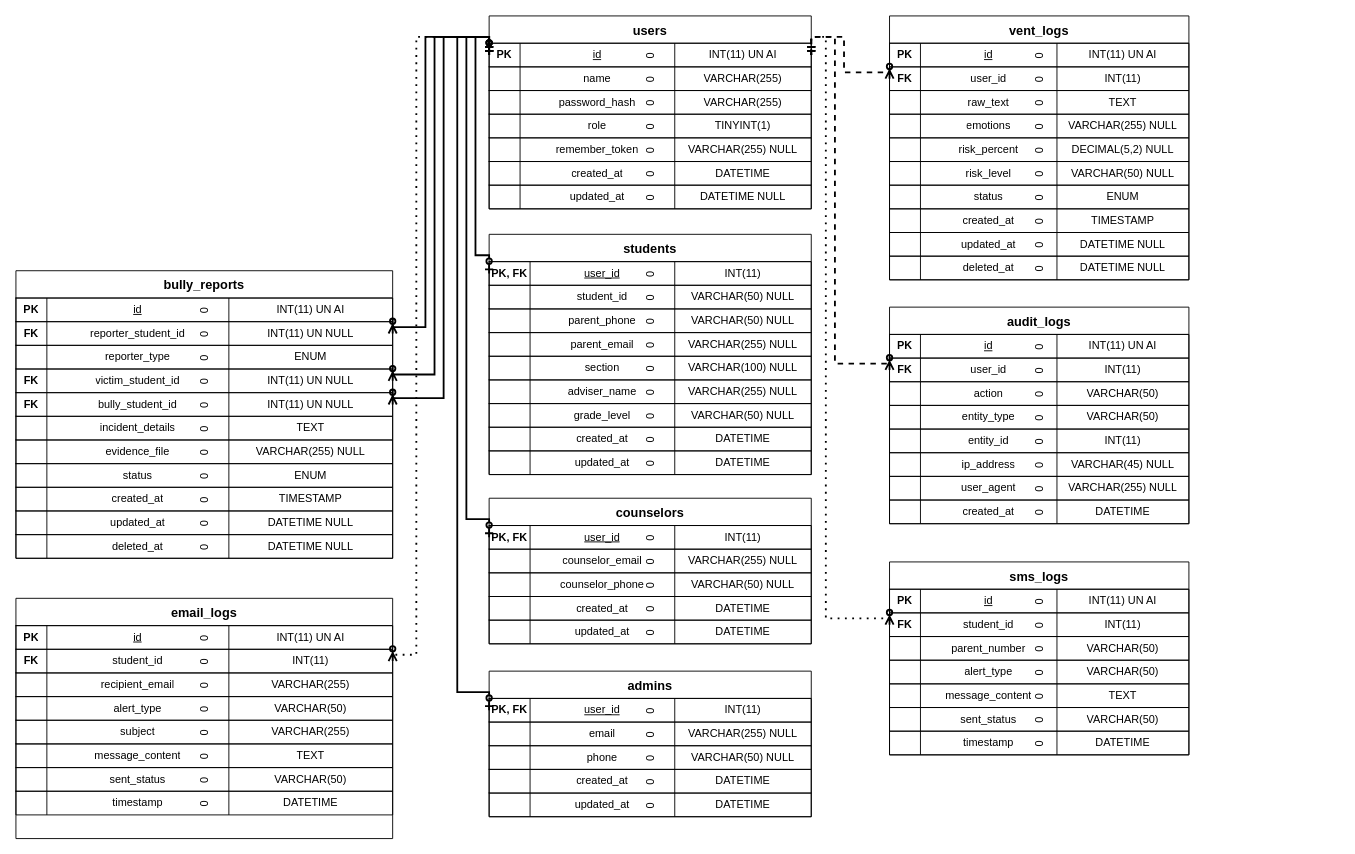
Before: docs/erd_diagram.drawio in CrayCray3000/StudentShield-SoftwareEngineering, a draw.io diagram. Source tidied: cells renumbered, new cells numbered last; positions are measured from the earlier drawing's top-left corner, leaving out a move shared by most shapes. Both pictures are drawn from the tidied source at 91%, with x=0, y=0 at pixel (15, 15).
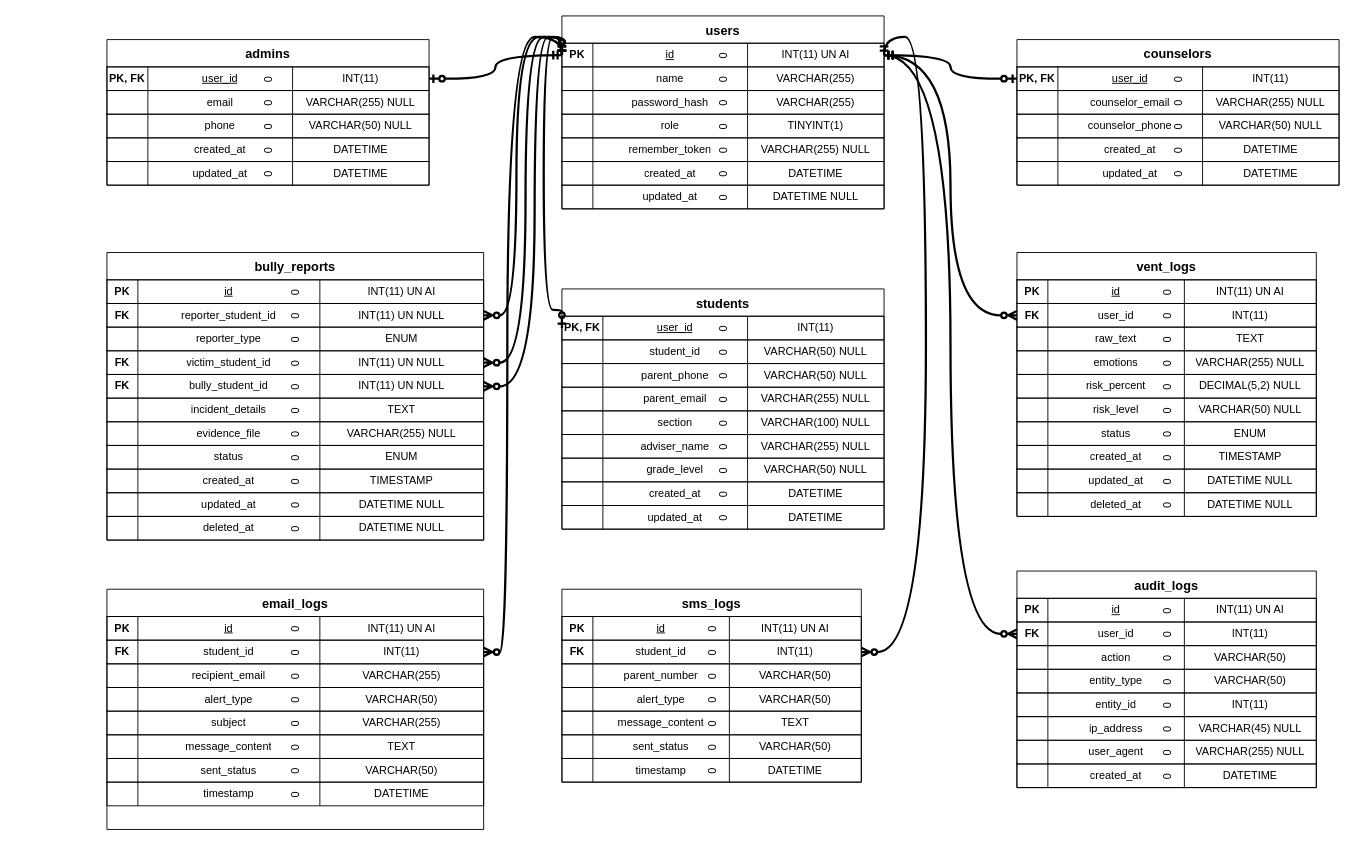
Above is the later version.

Commit message (it also covers changes not shown here):
Doc: update ERD layout with centered users/students, grid alignment, solid lines, and curved Bezier paths with markers

Unchanged cells that the change refers to:
```xml
<mxCell id="3" value="0" style="shape=tableRow;horizontal=0;startSize=0;swimlaneHead=0;swimlaneBody=0;fillColor=none;points=[[0,0.5],[1,0.5]];portConstraint=eastwest;fontSize=12;strokeColor=inherit;" parent="2" vertex="1">
  <mxGeometry y="30" width="354" height="26" as="geometry" />
</mxCell>
<mxCell id="32" value="0" style="shape=tableRow;horizontal=0;startSize=0;swimlaneHead=0;swimlaneBody=0;fillColor=none;points=[[0,0.5],[1,0.5]];portConstraint=eastwest;fontSize=12;strokeColor=inherit;" parent="31" vertex="1">
  <mxGeometry y="30" width="354" height="26" as="geometry" />
</mxCell>
<mxCell id="69" value="0" style="shape=tableRow;horizontal=0;startSize=0;swimlaneHead=0;swimlaneBody=0;fillColor=none;points=[[0,0.5],[1,0.5]];portConstraint=eastwest;fontSize=12;strokeColor=inherit;" parent="68" vertex="1">
  <mxGeometry y="30" width="354" height="26" as="geometry" />
</mxCell>
<mxCell id="90" value="0" style="shape=tableRow;horizontal=0;startSize=0;swimlaneHead=0;swimlaneBody=0;fillColor=none;points=[[0,0.5],[1,0.5]];portConstraint=eastwest;fontSize=12;strokeColor=inherit;" parent="89" vertex="1">
  <mxGeometry y="30" width="354" height="26" as="geometry" />
</mxCell>
<mxCell id="115" value="0" style="shape=tableRow;horizontal=0;startSize=0;swimlaneHead=0;swimlaneBody=0;fillColor=none;points=[[0,0.5],[1,0.5]];portConstraint=eastwest;fontSize=12;strokeColor=inherit;" parent="110" vertex="1">
  <mxGeometry y="56" width="329" height="26" as="geometry" />
</mxCell>
<mxCell id="156" value="0" style="shape=tableRow;horizontal=0;startSize=0;swimlaneHead=0;swimlaneBody=0;fillColor=none;points=[[0,0.5],[1,0.5]];portConstraint=eastwest;fontSize=12;strokeColor=inherit;" parent="151" vertex="1">
  <mxGeometry y="56" width="329" height="26" as="geometry" />
</mxCell>
<mxCell id="189" value="0" style="shape=tableRow;horizontal=0;startSize=0;swimlaneHead=0;swimlaneBody=0;fillColor=none;points=[[0,0.5],[1,0.5]];portConstraint=eastwest;fontSize=12;strokeColor=inherit;" parent="184" vertex="1">
  <mxGeometry y="56" width="329" height="26" as="geometry" />
</mxCell>
<mxCell id="218" value="0" style="shape=tableRow;horizontal=0;startSize=0;swimlaneHead=0;swimlaneBody=0;fillColor=none;points=[[0,0.5],[1,0.5]];portConstraint=eastwest;fontSize=12;strokeColor=inherit;" parent="213" vertex="1">
  <mxGeometry y="56" width="414" height="26" as="geometry" />
</mxCell>
<mxCell id="226" value="0" style="shape=tableRow;horizontal=0;startSize=0;swimlaneHead=0;swimlaneBody=0;fillColor=none;points=[[0,0.5],[1,0.5]];portConstraint=eastwest;fontSize=12;strokeColor=inherit;" parent="213" vertex="1">
  <mxGeometry y="108" width="414" height="26" as="geometry" />
</mxCell>
<mxCell id="230" value="0" style="shape=tableRow;horizontal=0;startSize=0;swimlaneHead=0;swimlaneBody=0;fillColor=none;points=[[0,0.5],[1,0.5]];portConstraint=eastwest;fontSize=12;strokeColor=inherit;" parent="213" vertex="1">
  <mxGeometry y="134" width="414" height="26" as="geometry" />
</mxCell>
<mxCell id="263" value="0" style="shape=tableRow;horizontal=0;startSize=0;swimlaneHead=0;swimlaneBody=0;fillColor=none;points=[[0,0.5],[1,0.5]];portConstraint=eastwest;fontSize=12;strokeColor=inherit;" parent="258" vertex="1">
  <mxGeometry y="56" width="414" height="26" as="geometry" />
</mxCell>
```

What changed in the source:
```diff
@@
     <mxCell id="2" value="users" style="shape=table;startSize=30;childLayout=tableLayout;rowLines=0;fontStyle=1;align=center;fontSize=14;" parent="1" vertex="1">
-      <mxGeometry x="520" width="354" height="212" as="geometry" />
+      <mxGeometry x="600" width="354" height="212" as="geometry" />
     </mxCell>
@@
     <mxCell id="31" value="students" style="shape=table;startSize=30;childLayout=tableLayout;rowLines=0;fontStyle=1;align=center;fontSize=14;" parent="1" vertex="1">
-      <mxGeometry x="520" y="240" width="354" height="264" as="geometry" />
+      <mxGeometry x="600" y="300" width="354" height="264" as="geometry" />
     </mxCell>
@@
     <mxCell id="68" value="counselors" style="shape=table;startSize=30;childLayout=tableLayout;rowLines=0;fontStyle=1;align=center;fontSize=14;" parent="1" vertex="1">
-      <mxGeometry x="520" y="530" width="354" height="160" as="geometry" />
+      <mxGeometry x="1100" y="26" width="354" height="160" as="geometry" />
     </mxCell>
@@
     <mxCell id="89" value="admins" style="shape=table;startSize=30;childLayout=tableLayout;rowLines=0;fontStyle=1;align=center;fontSize=14;" parent="1" vertex="1">
-      <mxGeometry x="520" y="720" width="354" height="160" as="geometry" />
+      <mxGeometry x="100" y="26" width="354" height="160" as="geometry" />
     </mxCell>
@@
     <mxCell id="110" value="vent_logs" style="shape=table;startSize=30;childLayout=tableLayout;rowLines=0;fontStyle=1;align=center;fontSize=14;" parent="1" vertex="1">
-      <mxGeometry x="960" width="329" height="290" as="geometry" />
+      <mxGeometry x="1100" y="260" width="329" height="290" as="geometry" />
     </mxCell>
@@
     <mxCell id="151" value="audit_logs" style="shape=table;startSize=30;childLayout=tableLayout;rowLines=0;fontStyle=1;align=center;fontSize=14;" parent="1" vertex="1">
-      <mxGeometry x="960" y="320" width="329" height="238" as="geometry" />
+      <mxGeometry x="1100" y="610" width="329" height="238" as="geometry" />
     </mxCell>
@@
     <mxCell id="184" value="sms_logs" style="shape=table;startSize=30;childLayout=tableLayout;rowLines=0;fontStyle=1;align=center;fontSize=14;" parent="1" vertex="1">
-      <mxGeometry x="960" y="600" width="329" height="212" as="geometry" />
+      <mxGeometry x="600" y="630" width="329" height="212" as="geometry" />
     </mxCell>
@@
     <mxCell id="213" value="bully_reports" style="shape=table;startSize=30;childLayout=tableLayout;rowLines=0;fontStyle=1;align=center;fontSize=14;" parent="1" vertex="1">
-      <mxGeometry y="280" width="414" height="316" as="geometry" />
+      <mxGeometry x="100" y="260" width="414" height="316" as="geometry" />
     </mxCell>
@@
     <mxCell id="258" value="email_logs" style="shape=table;startSize=30;childLayout=tableLayout;rowLines=0;fontStyle=1;align=center;fontSize=14;" parent="1" vertex="1">
-      <mxGeometry y="640" width="414" height="264" as="geometry" />
+      <mxGeometry x="100" y="630" width="414" height="264" as="geometry" />
     </mxCell>
@@
-    <mxCell id="291" style="edgeStyle=orthogonalEdgeStyle;rounded=0;jettySize=auto;html=1;endArrow=ERzeroToOne;endFill=0;startArrow=ERmandOne;startFill=0;strokeColor=#000000;strokeWidth=2;exitX=0;exitY=0.5;exitDx=0;exitDy=0;exitPerimeter=0;entryX=0;entryY=0.5;entryDx=0;entryDy=0;entryPerimeter=0;" parent="1" edge="1" source="3" target="32">
+    <mxCell id="291" style="edgeStyle=orthogonalEdgeStyle;rounded=1;curved=1;jettySize=auto;html=1;endArrow=ERzeroToOne;endFill=0;startArrow=ERmandOne;startFill=0;strokeColor=#000000;strokeWidth=2.5;exitX=0;exitY=0.5;exitDx=0;exitDy=0;exitPerimeter=0;entryX=0;entryY=0.5;entryDx=0;entryDy=0;entryPerimeter=0;" parent="1" edge="1" source="3" target="32">
       <mxGeometry relative="1" as="geometry">
         <Array as="points">
-          <mxPoint x="505" y="23" />
-          <mxPoint x="505" y="263" />
+          <mxPoint x="580" y="23" />
+          <mxPoint x="580" y="323" />
         </Array>
       </mxGeometry>
     </mxCell>
-    <mxCell id="292" style="edgeStyle=orthogonalEdgeStyle;rounded=0;jettySize=auto;html=1;endArrow=ERzeroToOne;endFill=0;startArrow=ERmandOne;startFill=0;strokeColor=#000000;strokeWidth=2;exitX=0;exitY=0.5;exitDx=0;exitDy=0;exitPerimeter=0;entryX=0;entryY=0.5;entryDx=0;entryDy=0;entryPerimeter=0;" parent="1" edge="1" source="3" target="69">
-      <mxGeometry relative="1" as="geometry">
-        <Array as="points">
-          <mxPoint x="495" y="23" />
-          <mxPoint x="495" y="553" />
-        </Array>
-      </mxGeometry>
+    <mxCell id="292" style="edgeStyle=orthogonalEdgeStyle;rounded=1;curved=1;jettySize=auto;html=1;endArrow=ERzeroToOne;endFill=0;startArrow=ERmandOne;startFill=0;strokeColor=#000000;strokeWidth=2.5;exitX=1;exitY=0.5;exitDx=0;exitDy=0;exitPerimeter=0;entryX=0;entryY=0.5;entryDx=0;entryDy=0;entryPerimeter=0;" parent="1" edge="1" source="3" target="69">
+      <mxGeometry relative="1" as="geometry" />
     </mxCell>
-    <mxCell id="293" style="edgeStyle=orthogonalEdgeStyle;rounded=0;jettySize=auto;html=1;endArrow=ERzeroToOne;endFill=0;startArrow=ERmandOne;startFill=0;strokeColor=#000000;strokeWidth=2;exitX=0;exitY=0.5;exitDx=0;exitDy=0;exitPerimeter=0;entryX=0;entryY=0.5;entryDx=0;entryDy=0;entryPerimeter=0;" parent="1" edge="1" source="3" target="90">
-      <mxGeometry relative="1" as="geometry">
-        <Array as="points">
-          <mxPoint x="485" y="23" />
-          <mxPoint x="485" y="743" />
-        </Array>
-      </mxGeometry>
+    <mxCell id="293" style="edgeStyle=orthogonalEdgeStyle;rounded=1;curved=1;jettySize=auto;html=1;endArrow=ERzeroToOne;endFill=0;startArrow=ERmandOne;startFill=0;strokeColor=#000000;strokeWidth=2.5;exitX=0;exitY=0.5;exitDx=0;exitDy=0;exitPerimeter=0;entryX=1;entryY=0.5;entryDx=0;entryDy=0;entryPerimeter=0;" parent="1" edge="1" source="3" target="90">
+      <mxGeometry relative="1" as="geometry" />
     </mxCell>
-    <mxCell id="294" style="edgeStyle=orthogonalEdgeStyle;rounded=0;jettySize=auto;html=1;endArrow=ERzeroToMany;endFill=0;startArrow=ERmandOne;startFill=0;strokeColor=#000000;strokeWidth=2;dashed=1;exitX=1;exitY=0.5;exitDx=0;exitDy=0;exitPerimeter=0;entryX=0;entryY=0.5;entryDx=0;entryDy=0;entryPerimeter=0;" parent="1" edge="1" source="3" target="115">
-      <mxGeometry relative="1" as="geometry">
-        <Array as="points">
-          <mxPoint x="910" y="23" />
-          <mxPoint x="910" y="62" />
-        </Array>
-      </mxGeometry>
+    <mxCell id="294" style="edgeStyle=orthogonalEdgeStyle;rounded=1;curved=1;jettySize=auto;html=1;endArrow=ERzeroToMany;endFill=0;startArrow=ERmandOne;startFill=0;strokeColor=#000000;strokeWidth=2.5;exitX=1;exitY=0.5;exitDx=0;exitDy=0;exitPerimeter=0;entryX=0;entryY=0.5;entryDx=0;entryDy=0;entryPerimeter=0;" parent="1" edge="1" source="3" target="115">
+      <mxGeometry relative="1" as="geometry" />
     </mxCell>
-    <mxCell id="295" style="edgeStyle=orthogonalEdgeStyle;rounded=0;jettySize=auto;html=1;endArrow=ERzeroToMany;endFill=0;startArrow=ERmandOne;startFill=0;strokeColor=#000000;strokeWidth=2;dashed=1;exitX=1;exitY=0.5;exitDx=0;exitDy=0;exitPerimeter=0;entryX=0;entryY=0.5;entryDx=0;entryDy=0;entryPerimeter=0;" parent="1" edge="1" source="3" target="156">
-      <mxGeometry relative="1" as="geometry">
-        <Array as="points">
-          <mxPoint x="900" y="23" />
-          <mxPoint x="900" y="382" />
-        </Array>
-      </mxGeometry>
+    <mxCell id="295" style="edgeStyle=orthogonalEdgeStyle;rounded=1;curved=1;jettySize=auto;html=1;endArrow=ERzeroToMany;endFill=0;startArrow=ERmandOne;startFill=0;strokeColor=#000000;strokeWidth=2.5;exitX=1;exitY=0.5;exitDx=0;exitDy=0;exitPerimeter=0;entryX=0;entryY=0.5;entryDx=0;entryDy=0;entryPerimeter=0;" parent="1" edge="1" source="3" target="156">
+      <mxGeometry relative="1" as="geometry" />
     </mxCell>
-    <mxCell id="296" style="edgeStyle=orthogonalEdgeStyle;rounded=0;jettySize=auto;html=1;endArrow=ERzeroToMany;endFill=0;startArrow=ERmandOne;startFill=0;strokeColor=#000000;strokeWidth=2;dashed=1;dashPattern=1 3;exitX=1;exitY=0.5;exitDx=0;exitDy=0;exitPerimeter=0;entryX=0;entryY=0.5;entryDx=0;entryDy=0;entryPerimeter=0;" parent="1" edge="1" source="3" target="189">
+    <mxCell id="296" style="edgeStyle=orthogonalEdgeStyle;rounded=1;curved=1;jettySize=auto;html=1;endArrow=ERzeroToMany;endFill=0;startArrow=ERmandOne;startFill=0;strokeColor=#000000;strokeWidth=2.5;exitX=1;exitY=0.5;exitDx=0;exitDy=0;exitPerimeter=0;entryX=1;entryY=0.5;entryDx=0;entryDy=0;entryPerimeter=0;" parent="1" edge="1" source="3" target="189">
       <mxGeometry relative="1" as="geometry">
         <Array as="points">
-          <mxPoint x="890" y="23" />
-          <mxPoint x="890" y="662" />
+          <mxPoint x="1000" y="23" />
+          <mxPoint x="1000" y="699" />
         </Array>
       </mxGeometry>
     </mxCell>
-    <mxCell id="297" style="edgeStyle=orthogonalEdgeStyle;rounded=0;jettySize=auto;html=1;endArrow=ERzeroToMany;endFill=0;startArrow=ERzeroToOne;startFill=0;strokeColor=#000000;strokeWidth=2;exitX=0;exitY=0.5;exitDx=0;exitDy=0;exitPerimeter=0;entryX=1;entryY=0.5;entryDx=0;entryDy=0;entryPerimeter=0;" parent="1" edge="1" source="3" target="218">
+    <mxCell id="297" style="edgeStyle=orthogonalEdgeStyle;rounded=1;curved=1;jettySize=auto;html=1;endArrow=ERzeroToMany;endFill=0;startArrow=ERzeroToOne;startFill=0;strokeColor=#000000;strokeWidth=2.5;exitX=0;exitY=0.5;exitDx=0;exitDy=0;exitPerimeter=0;entryX=1;entryY=0.5;entryDx=0;entryDy=0;entryPerimeter=0;" parent="1" edge="1" source="3" target="218">
       <mxGeometry relative="1" as="geometry">
         <Array as="points">
-          <mxPoint x="450" y="23" />
-          <mxPoint x="450" y="342" />
+          <mxPoint x="550" y="23" />
+          <mxPoint x="550" y="329" />
         </Array>
       </mxGeometry>
     </mxCell>
-    <mxCell id="298" style="edgeStyle=orthogonalEdgeStyle;rounded=0;jettySize=auto;html=1;endArrow=ERzeroToMany;endFill=0;startArrow=ERzeroToOne;startFill=0;strokeColor=#000000;strokeWidth=2;exitX=0;exitY=0.5;exitDx=0;exitDy=0;exitPerimeter=0;entryX=1;entryY=0.5;entryDx=0;entryDy=0;entryPerimeter=0;" parent="1" edge="1" source="3" target="226">
+    <mxCell id="298" style="edgeStyle=orthogonalEdgeStyle;rounded=1;curved=1;jettySize=auto;html=1;endArrow=ERzeroToMany;endFill=0;startArrow=ERzeroToOne;startFill=0;strokeColor=#000000;strokeWidth=2.5;exitX=0;exitY=0.5;exitDx=0;exitDy=0;exitPerimeter=0;entryX=1;entryY=0.5;entryDx=0;entryDy=0;entryPerimeter=0;" parent="1" edge="1" source="3" target="226">
       <mxGeometry relative="1" as="geometry">
         <Array as="points">
-          <mxPoint x="460" y="23" />
-          <mxPoint x="460" y="394" />
+          <mxPoint x="560" y="23" />
+          <mxPoint x="560" y="381" />
         </Array>
       </mxGeometry>
     </mxCell>
-    <mxCell id="299" style="edgeStyle=orthogonalEdgeStyle;rounded=0;jettySize=auto;html=1;endArrow=ERzeroToMany;endFill=0;startArrow=ERzeroToOne;startFill=0;strokeColor=#000000;strokeWidth=2;exitX=0;exitY=0.5;exitDx=0;exitDy=0;exitPerimeter=0;entryX=1;entryY=0.5;entryDx=0;entryDy=0;entryPerimeter=0;" parent="1" edge="1" source="3" target="230">
+    <mxCell id="299" style="edgeStyle=orthogonalEdgeStyle;rounded=1;curved=1;jettySize=auto;html=1;endArrow=ERzeroToMany;endFill=0;startArrow=ERzeroToOne;startFill=0;strokeColor=#000000;strokeWidth=2.5;exitX=0;exitY=0.5;exitDx=0;exitDy=0;exitPerimeter=0;entryX=1;entryY=0.5;entryDx=0;entryDy=0;entryPerimeter=0;" parent="1" edge="1" source="3" target="230">
       <mxGeometry relative="1" as="geometry">
         <Array as="points">
-          <mxPoint x="470" y="23" />
-          <mxPoint x="470" y="420" />
+          <mxPoint x="570" y="23" />
+          <mxPoint x="570" y="407" />
         </Array>
       </mxGeometry>
     </mxCell>
-    <mxCell id="300" style="edgeStyle=orthogonalEdgeStyle;rounded=0;jettySize=auto;html=1;endArrow=ERzeroToMany;endFill=0;startArrow=ERmandOne;startFill=0;strokeColor=#000000;strokeWidth=2;dashed=1;dashPattern=1 3;exitX=0;exitY=0.5;exitDx=0;exitDy=0;exitPerimeter=0;entryX=1;entryY=0.5;entryDx=0;entryDy=0;entryPerimeter=0;" parent="1" edge="1" source="3" target="263">
+    <mxCell id="300" style="edgeStyle=orthogonalEdgeStyle;rounded=1;curved=1;jettySize=auto;html=1;endArrow=ERzeroToMany;endFill=0;startArrow=ERmandOne;startFill=0;strokeColor=#000000;strokeWidth=2.5;exitX=0;exitY=0.5;exitDx=0;exitDy=0;exitPerimeter=0;entryX=1;entryY=0.5;entryDx=0;entryDy=0;entryPerimeter=0;" parent="1" edge="1" source="3" target="263">
       <mxGeometry relative="1" as="geometry">
         <Array as="points">
-          <mxPoint x="440" y="23" />
-          <mxPoint x="440" y="702" />
+          <mxPoint x="540" y="23" />
+          <mxPoint x="540" y="699" />
         </Array>
       </mxGeometry>
     </mxCell>
```
